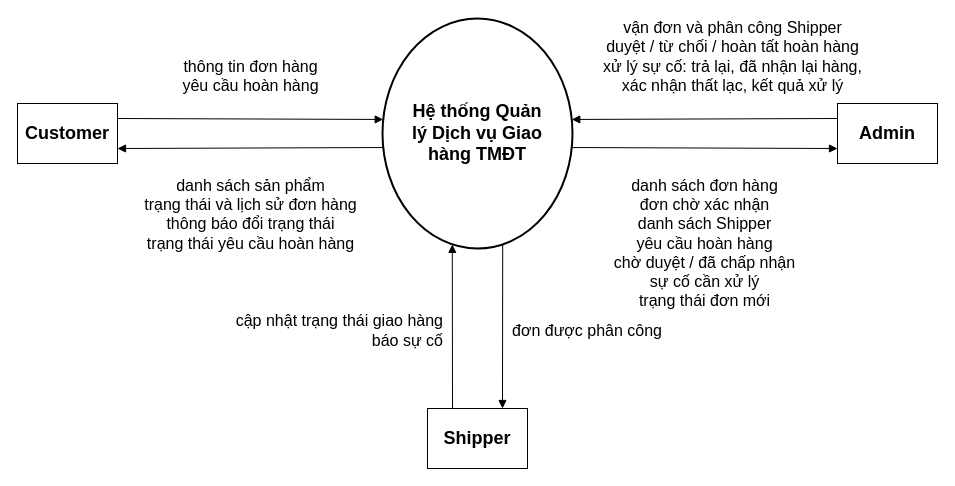
Earlier version of the draw.io diagram docs/srs/diagrams/context.drawio (MinhNhat-hub/GiaoHangThuongMaiDienTu). Source tidied: cells renumbered, new cells numbered last; positions are measured from the earlier drawing's top-left corner, leaving out a move shared by most shapes. Both pictures are drawn from the tidied source at 100%, with x=0, y=0 at pixel (17, 18).
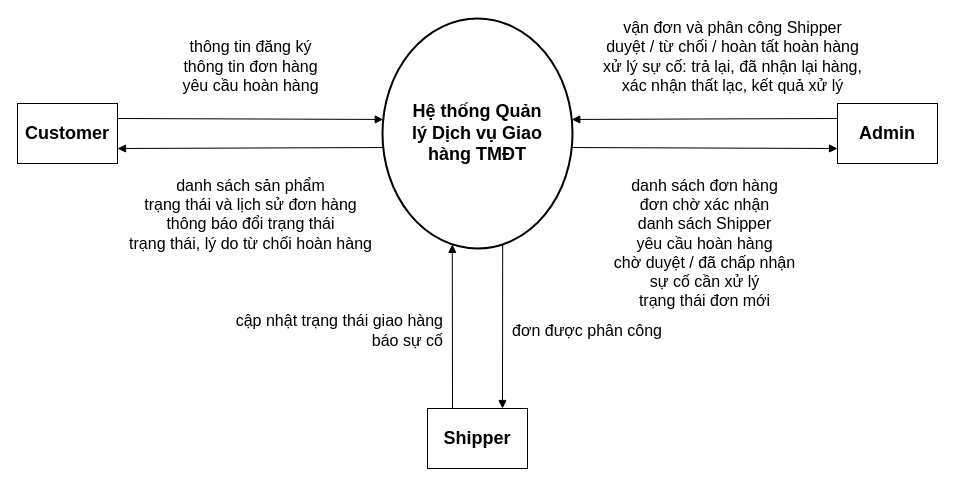
Above is the later version.

Commit message (it also covers changes not shown here):
[docs]: Thêm yêu cầu đăng ký, đăng nhập và độ dài trường để SRS kiểm được đầy đủ

Change to the diagram source:
```diff
@@
 <mxGraphModel background="#ffffff">
   <root>
     <mxCell id="0" />
     <mxCell id="1" parent="0" />
     <mxCell id="2" value="Customer" style="rounded=0;whiteSpace=wrap;html=1;fontSize=18;fontStyle=1;fillColor=#ffffff;strokeColor=#000000;" parent="1" vertex="1">
       <mxGeometry y="85" width="100" height="60" as="geometry" />
     </mxCell>
     <mxCell id="3" value="Hệ thống Quản lý Dịch vụ Giao hàng TMĐT" style="ellipse;whiteSpace=wrap;html=1;fontSize=18;fontStyle=1;fillColor=#ffffff;strokeColor=#000000;strokeWidth=2;spacing=22;" parent="1" vertex="1">
       <mxGeometry x="365" width="190" height="230" as="geometry" />
     </mxCell>
     <mxCell id="4" value="Admin" style="rounded=0;whiteSpace=wrap;html=1;fontSize=18;fontStyle=1;fillColor=#ffffff;strokeColor=#000000;" parent="1" vertex="1">
       <mxGeometry x="820" y="85" width="100" height="60" as="geometry" />
     </mxCell>
     <mxCell id="5" value="Shipper" style="rounded=0;whiteSpace=wrap;html=1;fontSize=18;fontStyle=1;fillColor=#ffffff;strokeColor=#000000;" parent="1" vertex="1">
       <mxGeometry x="410" y="390" width="100" height="60" as="geometry" />
     </mxCell>
-    <mxCell id="6" value="thông tin đơn hàng&lt;br&gt;yêu cầu hoàn hàng" style="endArrow=block;endFill=1;html=1;rounded=0;strokeColor=#000000;labelBackgroundColor=#ffffff;fontSize=16;verticalAlign=bottom;exitX=1;exitY=0.25;exitDx=0;exitDy=0;entryX=0.0043;entryY=0.4348;entryDx=0;entryDy=0;" parent="1" edge="1" source="2" target="3">
+    <mxCell id="6" value="thông tin đăng ký&lt;br&gt;thông tin đơn hàng&lt;br&gt;yêu cầu hoàn hàng" style="endArrow=block;endFill=1;html=1;rounded=0;strokeColor=#000000;labelBackgroundColor=#ffffff;fontSize=16;verticalAlign=bottom;exitX=1;exitY=0.25;exitDx=0;exitDy=0;entryX=0.0043;entryY=0.4348;entryDx=0;entryDy=0;" parent="1" edge="1" source="2" target="3">
       <mxGeometry relative="1" as="geometry">
         <mxPoint x="0.1" y="-21" as="offset" />
       </mxGeometry>
     </mxCell>
-    <mxCell id="7" value="danh sách sản phẩm&lt;br&gt;trạng thái và lịch sử đơn hàng&lt;br&gt;thông báo đổi trạng thái&lt;br&gt;trạng thái yêu cầu hoàn hàng" style="endArrow=block;endFill=1;html=1;rounded=0;strokeColor=#000000;labelBackgroundColor=#ffffff;fontSize=16;verticalAlign=top;exitX=0.0043;exitY=0.5652;exitDx=0;exitDy=0;entryX=1;entryY=0.75;entryDx=0;entryDy=0;" parent="1" edge="1" source="3" target="2">
+    <mxCell id="7" value="danh sách sản phẩm&lt;br&gt;trạng thái và lịch sử đơn hàng&lt;br&gt;thông báo đổi trạng thái&lt;br&gt;trạng thái, lý do từ chối hoàn hàng" style="endArrow=block;endFill=1;html=1;rounded=0;strokeColor=#000000;labelBackgroundColor=#ffffff;fontSize=16;verticalAlign=top;exitX=0.0043;exitY=0.5652;exitDx=0;exitDy=0;entryX=1;entryY=0.75;entryDx=0;entryDy=0;" parent="1" edge="1" source="3" target="2">
       <mxGeometry relative="1" as="geometry">
         <mxPoint x="0.1" y="21" as="offset" />
       </mxGeometry>
     </mxCell>
     <mxCell id="8" value="vận đơn và phân công Shipper&lt;br&gt;duyệt / từ chối / hoàn tất hoàn hàng&lt;br&gt;xử lý sự cố: trả lại, đã nhận lại hàng,&lt;br&gt;xác nhận thất lạc, kết quả xử lý" style="endArrow=block;endFill=1;html=1;rounded=0;strokeColor=#000000;labelBackgroundColor=#ffffff;fontSize=16;verticalAlign=bottom;exitX=0;exitY=0.25;exitDx=0;exitDy=0;entryX=0.9957;entryY=0.4348;entryDx=0;entryDy=0;" parent="1" edge="1" source="4" target="3">
       <mxGeometry relative="1" as="geometry">
         <mxPoint x="27.9" y="-21" as="offset" />
       </mxGeometry>
     </mxCell>
     <mxCell id="9" value="danh sách đơn hàng&lt;br&gt;đơn chờ xác nhận&lt;br&gt;danh sách Shipper&lt;br&gt;yêu cầu hoàn hàng&lt;br&gt;chờ duyệt / đã chấp nhận&lt;br&gt;sự cố cần xử lý&lt;br&gt;trạng thái đơn mới" style="endArrow=block;endFill=1;html=1;rounded=0;strokeColor=#000000;labelBackgroundColor=#ffffff;fontSize=16;verticalAlign=top;exitX=0.9957;exitY=0.5652;exitDx=0;exitDy=0;entryX=0;entryY=0.75;entryDx=0;entryDy=0;" parent="1" edge="1" source="3" target="4">
       <mxGeometry relative="1" as="geometry">
         <mxPoint x="-0.1" y="21" as="offset" />
       </mxGeometry>
     </mxCell>
     <mxCell id="10" value="cập nhật trạng thái giao hàng&lt;br&gt;báo sự cố" style="endArrow=block;endFill=1;html=1;rounded=0;strokeColor=#000000;labelBackgroundColor=#ffffff;fontSize=16;align=right;exitX=0.25;exitY=0;exitDx=0;exitDy=0;entryX=0.3684;entryY=0.9824;entryDx=0;entryDy=0;" parent="1" edge="1" source="5" target="3">
       <mxGeometry relative="1" as="geometry">
         <mxPoint x="-8" y="4" as="offset" />
       </mxGeometry>
     </mxCell>
     <mxCell id="11" value="đơn được phân công" style="endArrow=block;endFill=1;html=1;rounded=0;strokeColor=#000000;labelBackgroundColor=#ffffff;fontSize=16;align=left;exitX=0.6316;exitY=0.9824;exitDx=0;exitDy=0;entryX=0.75;entryY=0;entryDx=0;entryDy=0;" parent="1" edge="1" source="3" target="5">
       <mxGeometry relative="1" as="geometry">
         <mxPoint x="8" y="4" as="offset" />
       </mxGeometry>
     </mxCell>
   </root>
 </mxGraphModel>
```
